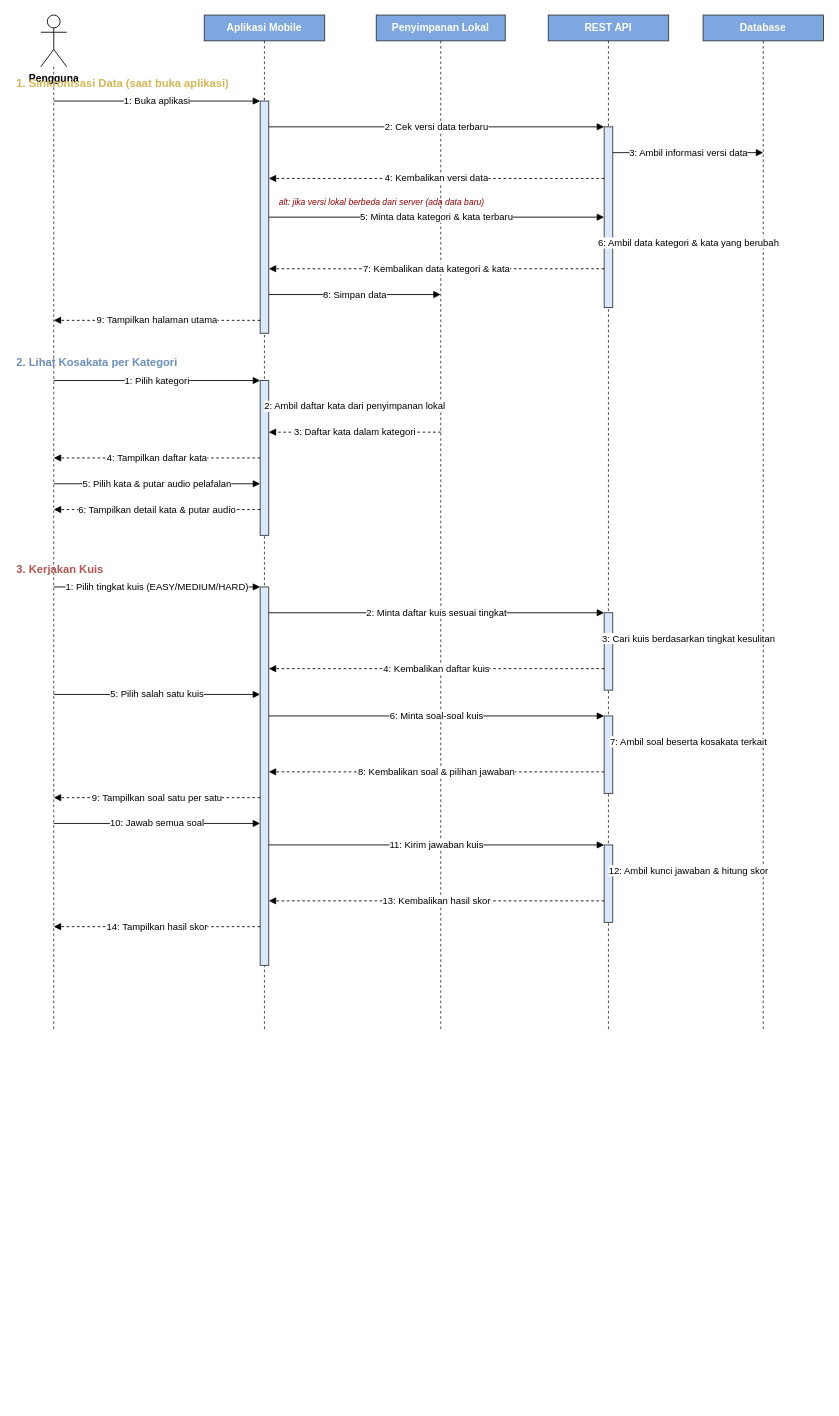
Above: docs/sequence-diagram-pengguna.drawio in Mnuralim/kosa-kata-wolio-api (draw.io), before the change. Source tidied: cells renumbered, new cells numbered last; positions are measured from the earlier drawing's top-left corner, leaving out a move shared by most shapes. Both pictures are drawn from the tidied source at 86%, with x=0, y=0 at pixel (15, 15).
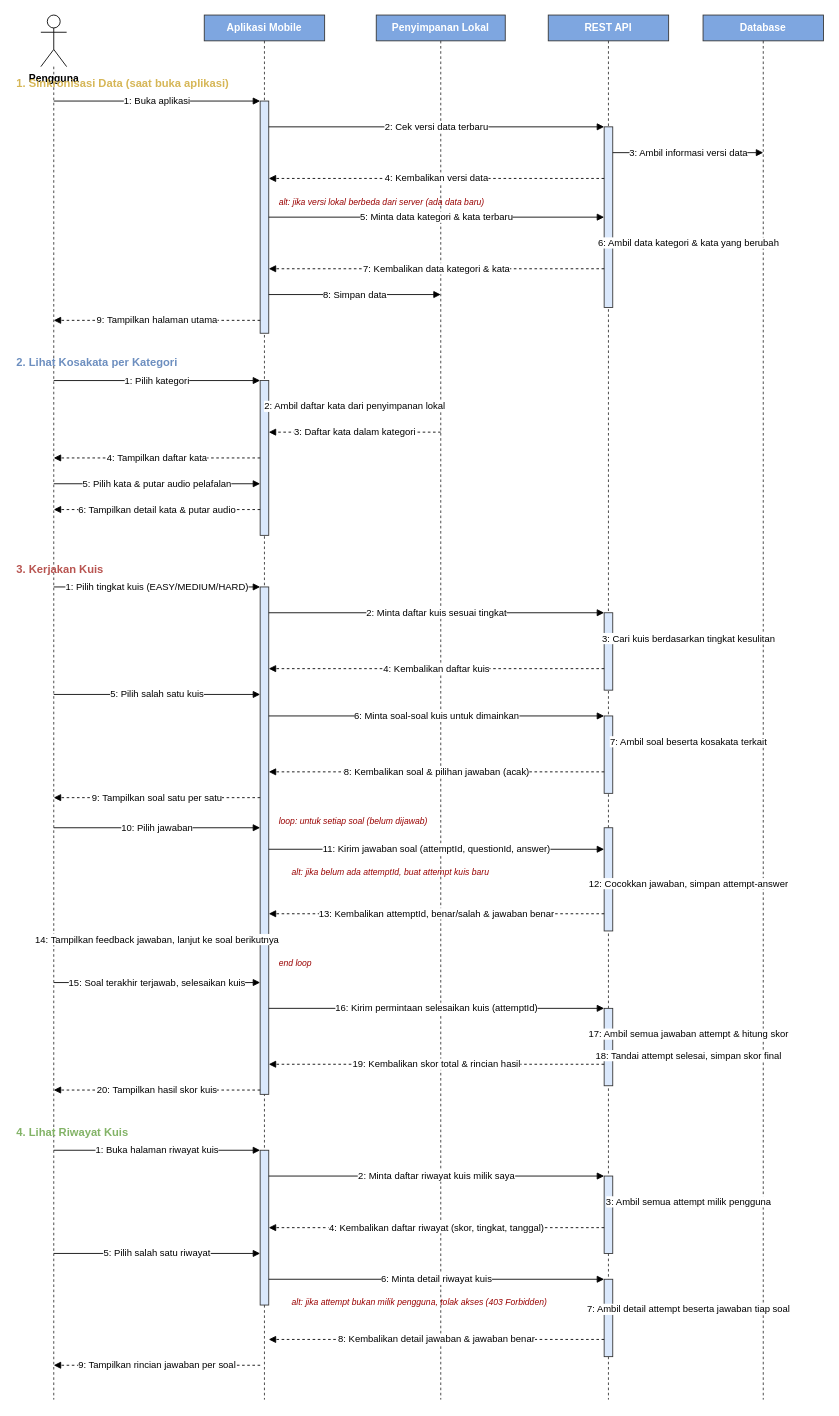
The same diagram, later.

Change to the diagram source:
```diff
@@
     <mxCell id="3" style="html=1;dashed=1;strokeWidth=1;strokeColor=#333333;endArrow=none;" parent="1" edge="1">
       <mxGeometry relative="1" as="geometry">
         <mxPoint x="45" y="60" as="sourcePoint" />
-        <mxPoint x="45" y="1180" as="targetPoint" />
+        <mxPoint x="45" y="1610" as="targetPoint" />
       </mxGeometry>
     </mxCell>
@@
     <mxCell id="5" style="html=1;dashed=1;strokeWidth=1;strokeColor=#333333;endArrow=none;" parent="1" edge="1">
       <mxGeometry relative="1" as="geometry">
         <mxPoint x="290" y="30" as="sourcePoint" />
-        <mxPoint x="290" y="1180" as="targetPoint" />
+        <mxPoint x="290" y="1610" as="targetPoint" />
       </mxGeometry>
     </mxCell>
@@
     <mxCell id="7" style="html=1;dashed=1;strokeWidth=1;strokeColor=#333333;endArrow=none;" parent="1" edge="1">
       <mxGeometry relative="1" as="geometry">
         <mxPoint x="495" y="30" as="sourcePoint" />
-        <mxPoint x="495" y="1180" as="targetPoint" />
+        <mxPoint x="495" y="1610" as="targetPoint" />
       </mxGeometry>
     </mxCell>
@@
     <mxCell id="9" style="html=1;dashed=1;strokeWidth=1;strokeColor=#333333;endArrow=none;" parent="1" edge="1">
       <mxGeometry relative="1" as="geometry">
         <mxPoint x="690" y="30" as="sourcePoint" />
-        <mxPoint x="690" y="1180" as="targetPoint" />
+        <mxPoint x="690" y="1610" as="targetPoint" />
       </mxGeometry>
     </mxCell>
@@
     <mxCell id="11" style="html=1;dashed=1;strokeWidth=1;strokeColor=#333333;endArrow=none;" parent="1" edge="1">
       <mxGeometry relative="1" as="geometry">
         <mxPoint x="870" y="30" as="sourcePoint" />
-        <mxPoint x="870" y="1180" as="targetPoint" />
+        <mxPoint x="870" y="1610" as="targetPoint" />
       </mxGeometry>
     </mxCell>
@@
     <mxCell id="34" style="html=1;whiteSpace=wrap;fillColor=#dae8fc;strokeColor=#333333;" parent="1" vertex="1">
-      <mxGeometry x="285" y="665" width="10" height="440" as="geometry" />
+      <mxGeometry x="285" y="665" width="10" height="590" as="geometry" />
     </mxCell>
@@
     <mxCell id="37" style="html=1;whiteSpace=wrap;fillColor=#dae8fc;strokeColor=#333333;" parent="1" vertex="1">
-      <mxGeometry x="685" y="965" width="10" height="90" as="geometry" />
+      <mxGeometry x="685" y="945" width="10" height="120" as="geometry" />
     </mxCell>
+    <mxCell id="52" style="html=1;whiteSpace=wrap;fillColor=#dae8fc;strokeColor=#333333;" parent="1" vertex="1">
+      <mxGeometry x="685" y="1155" width="10" height="90" as="geometry" />
+    </mxCell>
@@
-    <mxCell id="43" value="6: Minta soal-soal kuis" style="html=1;endArrow=block;fontSize=11;" parent="1" edge="1">
+    <mxCell id="43" value="6: Minta soal-soal kuis untuk dimainkan" style="html=1;endArrow=block;fontSize=11;" parent="1" edge="1">
       <mxGeometry relative="1" as="geometry">
         <mxPoint x="295" y="815" as="sourcePoint" />
         <mxPoint x="685" y="815" as="targetPoint" />
       </mxGeometry>
     </mxCell>
@@
-    <mxCell id="45" value="8: Kembalikan soal &amp; pilihan jawaban" style="html=1;endArrow=block;dashed=1;fontSize=11;" parent="1" edge="1">
+    <mxCell id="45" value="8: Kembalikan soal &amp; pilihan jawaban (acak)" style="html=1;endArrow=block;dashed=1;fontSize=11;" parent="1" edge="1">
       <mxGeometry relative="1" as="geometry">
         <mxPoint x="685" y="880" as="sourcePoint" />
         <mxPoint x="295" y="880" as="targetPoint" />
       </mxGeometry>
     </mxCell>
@@
+    <mxCell id="53" value="loop: untuk setiap soal (belum dijawab)" style="text;html=1;align=left;fontStyle=2;fontSize=10;fontColor=#990000;" parent="1" vertex="1">
+      <mxGeometry x="305" y="925" width="450" height="20" as="geometry" />
+    </mxCell>
-    <mxCell id="47" value="10: Jawab semua soal" style="html=1;endArrow=block;fontSize=11;" parent="1" edge="1">
+    <mxCell id="47" value="10: Pilih jawaban" style="html=1;endArrow=block;fontSize=11;" parent="1" edge="1">
       <mxGeometry relative="1" as="geometry">
-        <mxPoint x="45" y="940" as="sourcePoint" />
-        <mxPoint x="285" y="940" as="targetPoint" />
+        <mxPoint x="45" y="945" as="sourcePoint" />
+        <mxPoint x="285" y="945" as="targetPoint" />
       </mxGeometry>
     </mxCell>
-    <mxCell id="48" value="11: Kirim jawaban kuis" style="html=1;endArrow=block;fontSize=11;" parent="1" edge="1">
+    <mxCell id="48" value="11: Kirim jawaban soal (attemptId, questionId, answer)" style="html=1;endArrow=block;fontSize=11;" parent="1" edge="1">
       <mxGeometry relative="1" as="geometry">
-        <mxPoint x="295" y="965" as="sourcePoint" />
-        <mxPoint x="685" y="965" as="targetPoint" />
+        <mxPoint x="295" y="970" as="sourcePoint" />
+        <mxPoint x="685" y="970" as="targetPoint" />
       </mxGeometry>
     </mxCell>
+    <mxCell id="54" value="alt: jika belum ada attemptId, buat attempt kuis baru" style="text;html=1;align=left;fontStyle=2;fontSize=10;fontColor=#990000;" parent="1" vertex="1">
+      <mxGeometry x="320" y="985" width="450" height="20" as="geometry" />
+    </mxCell>
-    <mxCell id="49" value="12: Ambil kunci jawaban &amp; hitung skor" style="html=1;endArrow=block;fontSize=11;" parent="1" edge="1">
+    <mxCell id="49" value="12: Cocokkan jawaban, simpan attempt-answer" style="html=1;endArrow=block;fontSize=11;" parent="1" edge="1">
       <mxGeometry relative="1" as="geometry">
-        <mxPoint x="695" y="995" as="sourcePoint" />
-        <mxPoint x="870" y="995" as="targetPoint" />
+        <mxPoint x="695" y="1010" as="sourcePoint" />
+        <mxPoint x="870" y="1010" as="targetPoint" />
       </mxGeometry>
     </mxCell>
-    <mxCell id="50" value="13: Kembalikan hasil skor" style="html=1;endArrow=block;dashed=1;fontSize=11;" parent="1" edge="1">
+    <mxCell id="50" value="13: Kembalikan attemptId, benar/salah &amp; jawaban benar" style="html=1;endArrow=block;dashed=1;fontSize=11;" parent="1" edge="1">
       <mxGeometry relative="1" as="geometry">
-        <mxPoint x="685" y="1030" as="sourcePoint" />
-        <mxPoint x="295" y="1030" as="targetPoint" />
+        <mxPoint x="685" y="1045" as="sourcePoint" />
+        <mxPoint x="295" y="1045" as="targetPoint" />
       </mxGeometry>
     </mxCell>
-    <mxCell id="51" value="14: Tampilkan hasil skor" style="html=1;endArrow=block;dashed=1;fontSize=11;" parent="1" edge="1">
+    <mxCell id="51" value="14: Tampilkan feedback jawaban, lanjut ke soal berikutnya" style="html=1;endArrow=block;dashed=1;fontSize=11;" parent="1" edge="1">
       <mxGeometry relative="1" as="geometry">
-        <mxPoint x="285" y="1060" as="sourcePoint" />
-        <mxPoint x="45" y="1060" as="targetPoint" />
+        <mxPoint x="285" y="1075" as="sourcePoint" />
+        <mxPoint x="45" y="1075" as="targetPoint" />
       </mxGeometry>
     </mxCell>
+    <mxCell id="55" value="end loop" style="text;html=1;align=left;fontStyle=2;fontSize=10;fontColor=#990000;" parent="1" vertex="1">
+      <mxGeometry x="305" y="1090" width="450" height="20" as="geometry" />
+    </mxCell>
+    <mxCell id="56" value="15: Soal terakhir terjawab, selesaikan kuis" style="html=1;endArrow=block;fontSize=11;" parent="1" edge="1">
+      <mxGeometry relative="1" as="geometry">
+        <mxPoint x="45" y="1125" as="sourcePoint" />
+        <mxPoint x="285" y="1125" as="targetPoint" />
+      </mxGeometry>
+    </mxCell>
+    <mxCell id="57" value="16: Kirim permintaan selesaikan kuis (attemptId)" style="html=1;endArrow=block;fontSize=11;" parent="1" edge="1">
+      <mxGeometry relative="1" as="geometry">
+        <mxPoint x="295" y="1155" as="sourcePoint" />
+        <mxPoint x="685" y="1155" as="targetPoint" />
+      </mxGeometry>
+    </mxCell>
+    <mxCell id="58" value="17: Ambil semua jawaban attempt &amp; hitung skor" style="html=1;endArrow=block;fontSize=11;" parent="1" edge="1">
+      <mxGeometry relative="1" as="geometry">
+        <mxPoint x="695" y="1185" as="sourcePoint" />
+        <mxPoint x="870" y="1185" as="targetPoint" />
+      </mxGeometry>
+    </mxCell>
+    <mxCell id="59" value="18: Tandai attempt selesai, simpan skor final" style="html=1;endArrow=block;fontSize=11;" parent="1" edge="1">
+      <mxGeometry relative="1" as="geometry">
+        <mxPoint x="695" y="1210" as="sourcePoint" />
+        <mxPoint x="870" y="1210" as="targetPoint" />
+      </mxGeometry>
+    </mxCell>
+    <mxCell id="60" value="19: Kembalikan skor total &amp; rincian hasil" style="html=1;endArrow=block;dashed=1;fontSize=11;" parent="1" edge="1">
+      <mxGeometry relative="1" as="geometry">
+        <mxPoint x="685" y="1220" as="sourcePoint" />
+        <mxPoint x="295" y="1220" as="targetPoint" />
+      </mxGeometry>
+    </mxCell>
+    <mxCell id="61" value="20: Tampilkan hasil skor kuis" style="html=1;endArrow=block;dashed=1;fontSize=11;" parent="1" edge="1">
+      <mxGeometry relative="1" as="geometry">
+        <mxPoint x="285" y="1250" as="sourcePoint" />
+        <mxPoint x="45" y="1250" as="targetPoint" />
+      </mxGeometry>
+    </mxCell>
+    <mxCell id="62" value="4. Lihat Riwayat Kuis" style="text;html=1;align=left;fontStyle=1;fontSize=13;fontColor=#82b366;" parent="1" vertex="1">
+      <mxGeometry y="1285" width="500" height="20" as="geometry" />
+    </mxCell>
+    <mxCell id="63" style="html=1;whiteSpace=wrap;fillColor=#dae8fc;strokeColor=#333333;" parent="1" vertex="1">
+      <mxGeometry x="285" y="1320" width="10" height="180" as="geometry" />
+    </mxCell>
+    <mxCell id="64" style="html=1;whiteSpace=wrap;fillColor=#dae8fc;strokeColor=#333333;" parent="1" vertex="1">
+      <mxGeometry x="685" y="1350" width="10" height="90" as="geometry" />
+    </mxCell>
+    <mxCell id="65" style="html=1;whiteSpace=wrap;fillColor=#dae8fc;strokeColor=#333333;" parent="1" vertex="1">
+      <mxGeometry x="685" y="1470" width="10" height="90" as="geometry" />
+    </mxCell>
+    <mxCell id="66" value="1: Buka halaman riwayat kuis" style="html=1;endArrow=block;fontSize=11;" parent="1" edge="1">
+      <mxGeometry relative="1" as="geometry">
+        <mxPoint x="45" y="1320" as="sourcePoint" />
+        <mxPoint x="285" y="1320" as="targetPoint" />
+      </mxGeometry>
+    </mxCell>
+    <mxCell id="67" value="2: Minta daftar riwayat kuis milik saya" style="html=1;endArrow=block;fontSize=11;" parent="1" edge="1">
+      <mxGeometry relative="1" as="geometry">
+        <mxPoint x="295" y="1350" as="sourcePoint" />
+        <mxPoint x="685" y="1350" as="targetPoint" />
+      </mxGeometry>
+    </mxCell>
+    <mxCell id="68" value="3: Ambil semua attempt milik pengguna" style="html=1;endArrow=block;fontSize=11;" parent="1" edge="1">
+      <mxGeometry relative="1" as="geometry">
+        <mxPoint x="695" y="1380" as="sourcePoint" />
+        <mxPoint x="870" y="1380" as="targetPoint" />
+      </mxGeometry>
+    </mxCell>
+    <mxCell id="69" value="4: Kembalikan daftar riwayat (skor, tingkat, tanggal)" style="html=1;endArrow=block;dashed=1;fontSize=11;" parent="1" edge="1">
+      <mxGeometry relative="1" as="geometry">
+        <mxPoint x="685" y="1410" as="sourcePoint" />
+        <mxPoint x="295" y="1410" as="targetPoint" />
+      </mxGeometry>
+    </mxCell>
+    <mxCell id="70" value="5: Pilih salah satu riwayat" style="html=1;endArrow=block;fontSize=11;" parent="1" edge="1">
+      <mxGeometry relative="1" as="geometry">
+        <mxPoint x="45" y="1440" as="sourcePoint" />
+        <mxPoint x="285" y="1440" as="targetPoint" />
+      </mxGeometry>
+    </mxCell>
+    <mxCell id="71" value="6: Minta detail riwayat kuis" style="html=1;endArrow=block;fontSize=11;" parent="1" edge="1">
+      <mxGeometry relative="1" as="geometry">
+        <mxPoint x="295" y="1470" as="sourcePoint" />
+        <mxPoint x="685" y="1470" as="targetPoint" />
+      </mxGeometry>
+    </mxCell>
+    <mxCell id="72" value="alt: jika attempt bukan milik pengguna, tolak akses (403 Forbidden)" style="text;html=1;align=left;fontStyle=2;fontSize=10;fontColor=#990000;" parent="1" vertex="1">
+      <mxGeometry x="320" y="1485" width="480" height="20" as="geometry" />
+    </mxCell>
+    <mxCell id="73" value="7: Ambil detail attempt beserta jawaban tiap soal" style="html=1;endArrow=block;fontSize=11;" parent="1" edge="1">
+      <mxGeometry relative="1" as="geometry">
+        <mxPoint x="695" y="1505" as="sourcePoint" />
+        <mxPoint x="870" y="1505" as="targetPoint" />
+      </mxGeometry>
+    </mxCell>
+    <mxCell id="74" value="8: Kembalikan detail jawaban &amp; jawaban benar" style="html=1;endArrow=block;dashed=1;fontSize=11;" parent="1" edge="1">
+      <mxGeometry relative="1" as="geometry">
+        <mxPoint x="685" y="1540" as="sourcePoint" />
+        <mxPoint x="295" y="1540" as="targetPoint" />
+      </mxGeometry>
+    </mxCell>
+    <mxCell id="75" value="9: Tampilkan rincian jawaban per soal" style="html=1;endArrow=block;dashed=1;fontSize=11;" parent="1" edge="1">
+      <mxGeometry relative="1" as="geometry">
+        <mxPoint x="285" y="1570" as="sourcePoint" />
+        <mxPoint x="45" y="1570" as="targetPoint" />
+      </mxGeometry>
+    </mxCell>
```
